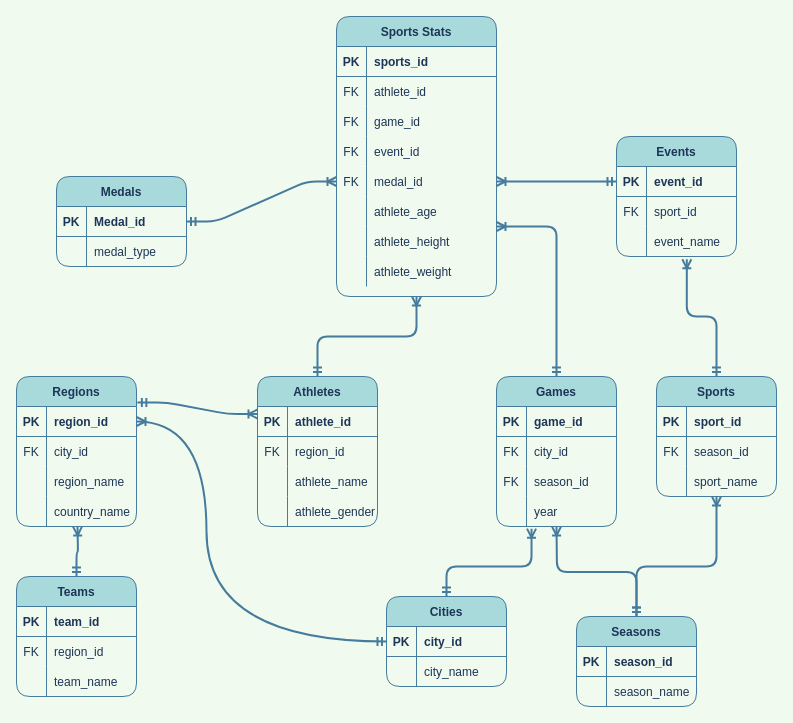
Earlier version of the draw.io diagram ER_diagram/ER_Diagram.drawio (Mega-Barrel/SQL-DataScience-Capstone). Source tidied: cells renumbered, new cells numbered last; positions are measured from the earlier drawing's top-left corner, leaving out a move shared by most shapes. Both pictures are drawn from the tidied source at 100%, with x=0, y=0 at pixel (16, 16).
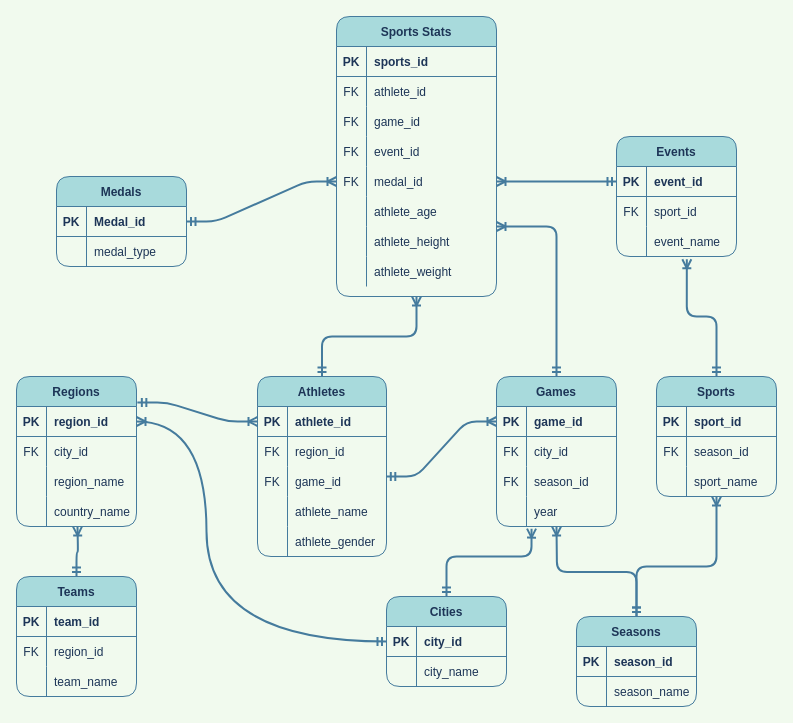
Above is the later version.

Unchanged cells that the change refers to:
```xml
<mxCell id="46" style="shape=partialRectangle;fillColor=none;top=0;left=0;bottom=1;right=0;points=[[0,0.5],[1,0.5]];portConstraint=eastwest;strokeColor=#457B9D;fontColor=#1D3557;rounded=1;" parent="45" vertex="1">
  <mxGeometry y="30" width="120" height="30" as="geometry" />
</mxCell>
<mxCell id="55" style="shape=partialRectangle;fillColor=none;top=0;left=0;bottom=0;right=0;points=[[0,0.5],[1,0.5]];portConstraint=eastwest;strokeColor=#457B9D;fontColor=#1D3557;rounded=1;" parent="45" vertex="1">
  <mxGeometry y="120" width="120" height="30" as="geometry" />
</mxCell>
<mxCell id="119" value="Cities" style="shape=table;startSize=30;childLayout=tableLayout;rowLines=0;fontStyle=1;align=center;labelBackgroundColor=none;shadow=0;sketch=0;fillColor=#A8DADC;strokeColor=#457B9D;fontColor=#1D3557;rounded=1;" parent="1" vertex="1">
  <mxGeometry x="370" y="580" width="120" height="90" as="geometry" />
</mxCell>
```

Diff of the diagram source:
```diff
@@
     <mxCell id="32" value="Athletes" style="shape=table;startSize=30;childLayout=tableLayout;rowLines=0;fontStyle=1;align=center;labelBackgroundColor=none;shadow=0;sketch=0;fillColor=#A8DADC;strokeColor=#457B9D;fontColor=#1D3557;rounded=1;" parent="1" vertex="1">
-      <mxGeometry x="241" y="360" width="120" height="150" as="geometry" />
+      <mxGeometry x="241" y="360" width="129" height="180" as="geometry" />
     </mxCell>
     <mxCell id="33" style="shape=partialRectangle;fillColor=none;top=0;left=0;bottom=1;right=0;strokeColor=#457B9D;fontColor=#1D3557;rounded=1;" parent="32" vertex="1">
-      <mxGeometry y="30" width="120" height="30" as="geometry" />
+      <mxGeometry y="30" width="129" height="30" as="geometry" />
     </mxCell>
@@
     <mxCell id="35" value="athlete_id" style="shape=partialRectangle;fillColor=none;top=0;left=0;bottom=0;right=0;align=left;spacingLeft=6;fontStyle=1;overflow=hidden;strokeColor=#457B9D;fontColor=#1D3557;rounded=1;" parent="33" vertex="1">
-      <mxGeometry x="30" width="90" height="30" as="geometry" />
+      <mxGeometry x="30" width="99" height="30" as="geometry" />
     </mxCell>
     <mxCell id="36" style="shape=partialRectangle;fillColor=none;top=0;left=0;bottom=0;right=0;strokeColor=#457B9D;fontColor=#1D3557;rounded=1;" parent="32" vertex="1">
-      <mxGeometry y="60" width="120" height="30" as="geometry" />
+      <mxGeometry y="60" width="129" height="30" as="geometry" />
     </mxCell>
@@
     <mxCell id="38" value="region_id" style="shape=partialRectangle;fillColor=none;top=0;left=0;bottom=0;right=0;align=left;spacingLeft=6;overflow=hidden;strokeColor=#457B9D;fontColor=#1D3557;rounded=1;" parent="36" vertex="1">
-      <mxGeometry x="30" width="90" height="30" as="geometry" />
+      <mxGeometry x="30" width="99" height="30" as="geometry" />
     </mxCell>
     <mxCell id="39" style="shape=partialRectangle;fillColor=none;top=0;left=0;bottom=0;right=0;strokeColor=#457B9D;fontColor=#1D3557;rounded=1;" parent="32" vertex="1">
-      <mxGeometry y="90" width="120" height="30" as="geometry" />
+      <mxGeometry y="90" width="129" height="30" as="geometry" />
     </mxCell>
-    <mxCell id="40" style="shape=partialRectangle;fillColor=none;top=0;left=0;bottom=0;right=0;overflow=hidden;strokeColor=#457B9D;fontColor=#1D3557;rounded=1;" parent="39" vertex="1">
+    <mxCell id="40" value="FK" style="shape=partialRectangle;fillColor=none;top=0;left=0;bottom=0;right=0;overflow=hidden;strokeColor=#457B9D;fontColor=#1D3557;rounded=1;" parent="39" vertex="1">
       <mxGeometry width="30" height="30" as="geometry" />
     </mxCell>
-    <mxCell id="41" value="athlete_name" style="shape=partialRectangle;fillColor=none;top=0;left=0;bottom=0;right=0;align=left;spacingLeft=6;overflow=hidden;strokeColor=#457B9D;fontColor=#1D3557;rounded=1;" parent="39" vertex="1">
-      <mxGeometry x="30" width="90" height="30" as="geometry" />
+    <mxCell id="41" value="game_id" style="shape=partialRectangle;fillColor=none;top=0;left=0;bottom=0;right=0;align=left;spacingLeft=6;overflow=hidden;strokeColor=#457B9D;fontColor=#1D3557;rounded=1;" parent="39" vertex="1">
+      <mxGeometry x="30" width="99" height="30" as="geometry" />
     </mxCell>
     <mxCell id="42" style="shape=partialRectangle;fillColor=none;top=0;left=0;bottom=0;right=0;strokeColor=#457B9D;fontColor=#1D3557;rounded=1;" parent="32" vertex="1">
-      <mxGeometry y="120" width="120" height="30" as="geometry" />
+      <mxGeometry y="120" width="129" height="30" as="geometry" />
     </mxCell>
@@
-    <mxCell id="44" value="athlete_gender" style="shape=partialRectangle;fillColor=none;top=0;left=0;bottom=0;right=0;align=left;spacingLeft=6;overflow=hidden;strokeColor=#457B9D;fontColor=#1D3557;rounded=1;" parent="42" vertex="1">
-      <mxGeometry x="30" width="90" height="30" as="geometry" />
+    <mxCell id="44" value="athlete_name" style="shape=partialRectangle;fillColor=none;top=0;left=0;bottom=0;right=0;align=left;spacingLeft=6;overflow=hidden;strokeColor=#457B9D;fontColor=#1D3557;rounded=1;" parent="42" vertex="1">
+      <mxGeometry x="30" width="99" height="30" as="geometry" />
     </mxCell>
+    <mxCell id="128" style="shape=partialRectangle;fillColor=none;top=0;left=0;bottom=0;right=0;strokeColor=#457B9D;fontColor=#1D3557;rounded=1;" parent="32" vertex="1">
+      <mxGeometry y="150" width="129" height="30" as="geometry" />
+    </mxCell>
+    <mxCell id="129" style="shape=partialRectangle;fillColor=none;top=0;left=0;bottom=0;right=0;overflow=hidden;strokeColor=#457B9D;fontColor=#1D3557;rounded=1;" parent="128" vertex="1">
+      <mxGeometry width="30" height="30" as="geometry" />
+    </mxCell>
+    <mxCell id="130" value="athlete_gender" style="shape=partialRectangle;fillColor=none;top=0;left=0;bottom=0;right=0;align=left;spacingLeft=6;overflow=hidden;strokeColor=#457B9D;fontColor=#1D3557;rounded=1;" parent="128" vertex="1">
+      <mxGeometry x="30" width="99" height="30" as="geometry" />
+    </mxCell>
@@
     <mxCell id="126" style="edgeStyle=orthogonalEdgeStyle;fontSize=12;html=1;endArrow=ERoneToMany;startArrow=ERmandOne;strokeWidth=2;entryX=0.292;entryY=1.071;entryDx=0;entryDy=0;exitX=0.5;exitY=0;exitDx=0;exitDy=0;strokeColor=#457B9D;fontColor=#1D3557;entryPerimeter=0;labelBackgroundColor=#F1FAEE;" parent="1" edge="1" source="119" target="55">
       <mxGeometry relative="1" as="geometry">
         <Array as="points">
-          <mxPoint x="430" y="550" />
-          <mxPoint x="515" y="550" />
+          <mxPoint x="430" y="540" />
+          <mxPoint x="515" y="540" />
         </Array>
       </mxGeometry>
     </mxCell>
@@
+    <mxCell id="131" style="edgeStyle=entityRelationEdgeStyle;fontSize=12;html=1;endArrow=ERoneToMany;startArrow=ERmandOne;strokeWidth=2;exitX=1.007;exitY=0.174;exitDx=0;exitDy=0;exitPerimeter=0;entryX=0;entryY=0.5;entryDx=0;entryDy=0;strokeColor=#457B9D;fontColor=#1D3557;labelBackgroundColor=#F1FAEE;" parent="1" edge="1" target="46">
+      <mxGeometry relative="1" as="geometry">
+        <mxPoint x="369.8" y="460" as="sourcePoint" />
+      </mxGeometry>
+    </mxCell>
```
